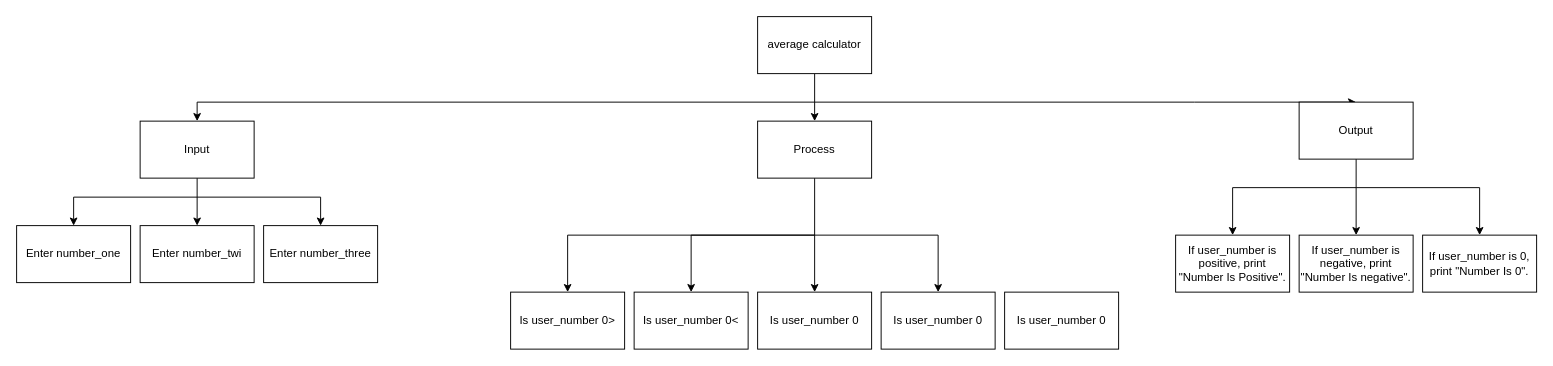
Earlier version of the draw.io diagram TopDown.Drawio (JacksonNaufal/ICS3U-Assignment3-Python). Source tidied: cells renumbered, new cells numbered last; positions are measured from the earlier drawing's top-left corner, leaving out a move shared by most shapes. Both pictures are drawn from the tidied source at 95%, with x=0, y=0 at pixel (16, 16).
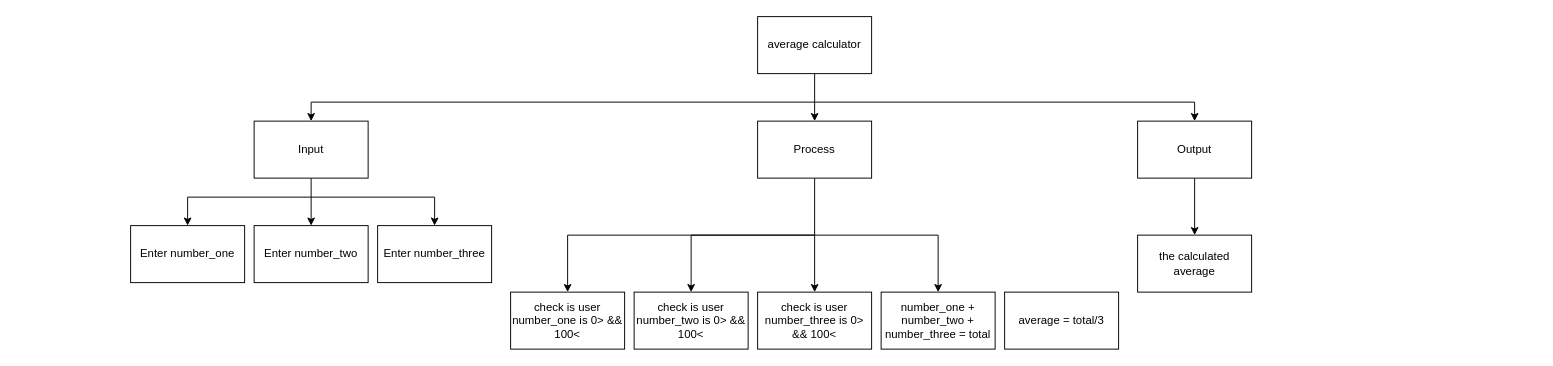
Above is the later version.

Change to the diagram source:
```diff
@@
     <mxCell id="3" style="edgeStyle=none;rounded=0;html=1;entryX=0.5;entryY=0;entryDx=0;entryDy=0;" parent="1" edge="1" target="9">
       <mxGeometry relative="1" as="geometry">
         <mxPoint x="840" y="90" as="sourcePoint" />
         <Array as="points">
-          <mxPoint x="190" y="90" />
+          <mxPoint x="310" y="90" />
         </Array>
       </mxGeometry>
     </mxCell>
@@
     <mxCell id="6" style="edgeStyle=none;html=1;entryX=0.5;entryY=0;entryDx=0;entryDy=0;rounded=0;" parent="1" edge="1" target="27">
       <mxGeometry relative="1" as="geometry">
-        <mxPoint x="190" y="190" as="sourcePoint" />
+        <mxPoint x="310" y="190" as="sourcePoint" />
         <Array as="points">
-          <mxPoint x="320" y="190" />
+          <mxPoint x="440" y="190" />
         </Array>
       </mxGeometry>
     </mxCell>
@@
     <mxCell id="8" style="edgeStyle=none;html=1;entryX=0.5;entryY=0;entryDx=0;entryDy=0;rounded=0;" parent="1" edge="1" target="26">
       <mxGeometry relative="1" as="geometry">
-        <mxPoint x="190" y="190" as="sourcePoint" />
+        <mxPoint x="310" y="190" as="sourcePoint" />
         <Array as="points">
-          <mxPoint x="60" y="190" />
+          <mxPoint x="180" y="190" />
         </Array>
       </mxGeometry>
     </mxCell>
     <mxCell id="9" value="Input" style="rounded=0;whiteSpace=wrap;html=1;" parent="1" vertex="1">
-      <mxGeometry x="130" y="110" width="120" height="60" as="geometry" />
+      <mxGeometry x="250" y="110" width="120" height="60" as="geometry" />
     </mxCell>
@@
-    <mxCell id="15" style="edgeStyle=none;html=1;entryX=0.5;entryY=0;entryDx=0;entryDy=0;" parent="1" edge="1" source="18" target="23">
+    <mxCell id="15" style="edgeStyle=none;html=1;entryX=0.5;entryY=0;entryDx=0;entryDy=0;exitX=0.5;exitY=1;exitDx=0;exitDy=0;" parent="1" edge="1" source="18" target="23">
       <mxGeometry relative="1" as="geometry" />
     </mxCell>
-    <mxCell id="16" style="edgeStyle=none;html=1;entryX=0.5;entryY=0;entryDx=0;entryDy=0;rounded=0;" parent="1" edge="1" target="21">
-      <mxGeometry relative="1" as="geometry">
-        <mxPoint x="1410" y="180" as="sourcePoint" />
-        <Array as="points">
-          <mxPoint x="1280" y="180" />
-        </Array>
-      </mxGeometry>
-    </mxCell>
-    <mxCell id="17" style="edgeStyle=none;rounded=0;html=1;entryX=0.5;entryY=0;entryDx=0;entryDy=0;" parent="1" edge="1" target="25">
-      <mxGeometry relative="1" as="geometry">
-        <mxPoint x="1410" y="180" as="sourcePoint" />
-        <Array as="points">
-          <mxPoint x="1540" y="180" />
-        </Array>
-      </mxGeometry>
-    </mxCell>
     <mxCell id="18" value="Output" style="rounded=0;whiteSpace=wrap;html=1;" parent="1" vertex="1">
-      <mxGeometry x="1350" y="90" width="120" height="60" as="geometry" />
+      <mxGeometry x="1180" y="110" width="120" height="60" as="geometry" />
     </mxCell>
-    <mxCell id="19" value="Enter number_twi" style="rounded=0;whiteSpace=wrap;html=1;" parent="1" vertex="1">
-      <mxGeometry x="130" y="220" width="120" height="60" as="geometry" />
+    <mxCell id="19" value="Enter number_two" style="rounded=0;whiteSpace=wrap;html=1;" parent="1" vertex="1">
+      <mxGeometry x="250" y="220" width="120" height="60" as="geometry" />
     </mxCell>
-    <mxCell id="20" value="Is user_number 0&amp;lt;" style="rounded=0;whiteSpace=wrap;html=1;" parent="1" vertex="1">
+    <mxCell id="20" value="check is user number_two is 0&amp;gt; &amp;amp;&amp;amp; 100&amp;lt;" style="rounded=0;whiteSpace=wrap;html=1;" parent="1" vertex="1">
       <mxGeometry x="650" y="290" width="120" height="60" as="geometry" />
     </mxCell>
-    <mxCell id="21" value="If user_number is positive, print &quot;Number Is Positive&quot;." style="rounded=0;whiteSpace=wrap;html=1;" parent="1" vertex="1">
-      <mxGeometry x="1220" y="230" width="120" height="60" as="geometry" />
-    </mxCell>
-    <mxCell id="22" value="Is user_number 0" style="rounded=0;whiteSpace=wrap;html=1;" parent="1" vertex="1">
+    <mxCell id="22" value="check is user number_three is 0&amp;gt; &amp;amp;&amp;amp; 100&amp;lt;" style="rounded=0;whiteSpace=wrap;html=1;" parent="1" vertex="1">
       <mxGeometry x="780" y="290" width="120" height="60" as="geometry" />
     </mxCell>
-    <mxCell id="23" value="If user_number is negative, print &quot;Number Is negative&quot;." style="rounded=0;whiteSpace=wrap;html=1;" parent="1" vertex="1">
-      <mxGeometry x="1350" y="230" width="120" height="60" as="geometry" />
+    <mxCell id="23" value="the calculated average" style="rounded=0;whiteSpace=wrap;html=1;" parent="1" vertex="1">
+      <mxGeometry x="1180" y="230" width="120" height="60" as="geometry" />
     </mxCell>
-    <mxCell id="24" value="Is user_number 0&amp;gt;" style="rounded=0;whiteSpace=wrap;html=1;" parent="1" vertex="1">
+    <mxCell id="24" value="check is user number_one is 0&amp;gt; &amp;amp;&amp;amp; 100&amp;lt;" style="rounded=0;whiteSpace=wrap;html=1;" parent="1" vertex="1">
       <mxGeometry x="520" y="290" width="120" height="60" as="geometry" />
     </mxCell>
-    <mxCell id="25" value="If user_number is 0, print &quot;Number Is 0&quot;." style="rounded=0;whiteSpace=wrap;html=1;" parent="1" vertex="1">
-      <mxGeometry x="1480" y="230" width="120" height="60" as="geometry" />
-    </mxCell>
     <mxCell id="26" value="Enter number_one" style="rounded=0;whiteSpace=wrap;html=1;" parent="1" vertex="1">
-      <mxGeometry y="220" width="120" height="60" as="geometry" />
+      <mxGeometry x="120" y="220" width="120" height="60" as="geometry" />
     </mxCell>
     <mxCell id="27" value="Enter number_three" style="rounded=0;whiteSpace=wrap;html=1;" parent="1" vertex="1">
-      <mxGeometry x="260" y="220" width="120" height="60" as="geometry" />
+      <mxGeometry x="380" y="220" width="120" height="60" as="geometry" />
     </mxCell>
-    <mxCell id="28" value="Is user_number 0" style="rounded=0;whiteSpace=wrap;html=1;" parent="1" vertex="1">
+    <mxCell id="28" value="number_one + number_two + number_three = total" style="rounded=0;whiteSpace=wrap;html=1;" parent="1" vertex="1">
       <mxGeometry x="910" y="290" width="120" height="60" as="geometry" />
     </mxCell>
-    <mxCell id="29" value="Is user_number 0" style="rounded=0;whiteSpace=wrap;html=1;" parent="1" vertex="1">
+    <mxCell id="29" value="average = total/3" style="rounded=0;whiteSpace=wrap;html=1;" parent="1" vertex="1">
       <mxGeometry x="1040" y="290" width="120" height="60" as="geometry" />
     </mxCell>
```
